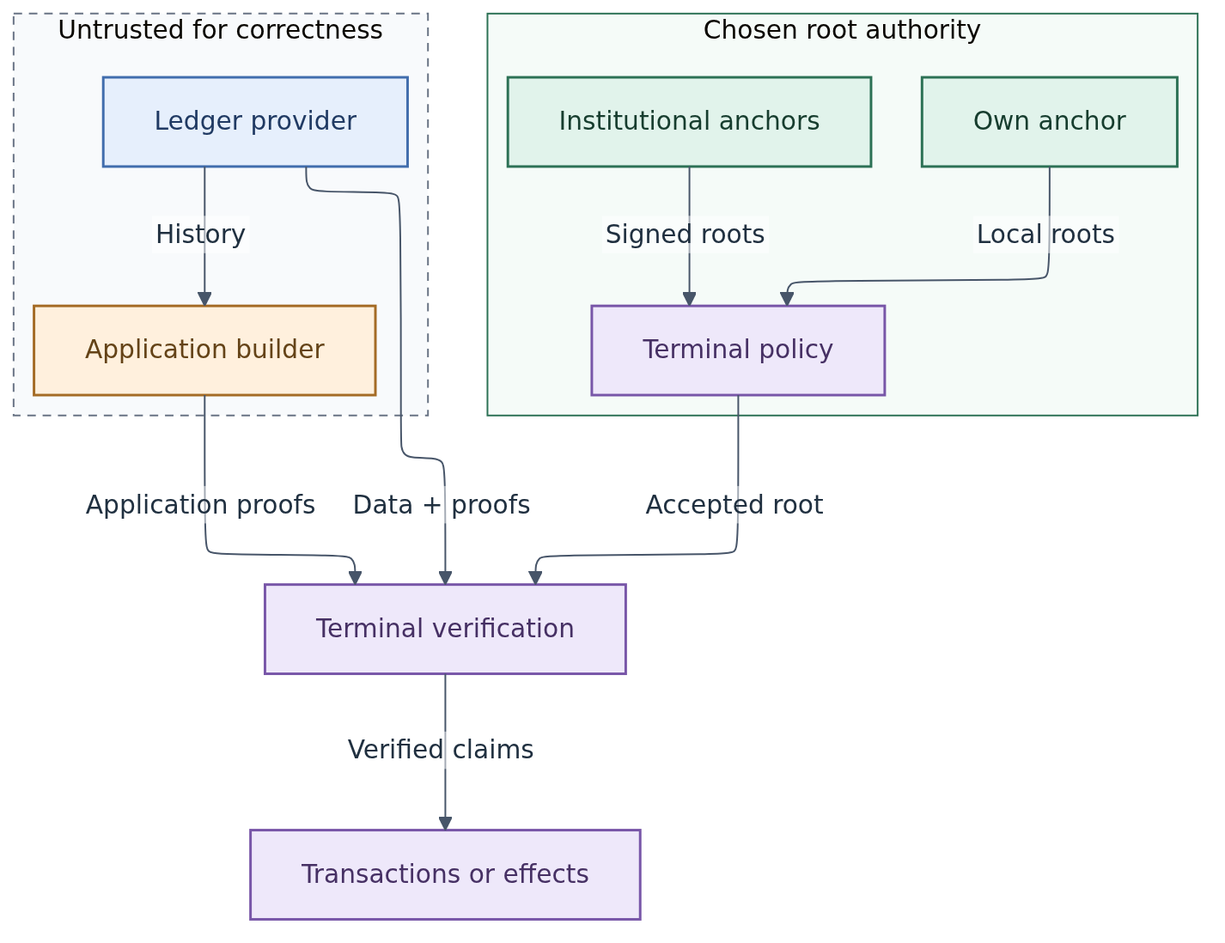
The Mermaid diagram docs/diagrams/overview.png in lambdasistemi/lockness, before a commit. Its source is kept beside it as docs/diagrams/overview.mmd. The source it was exported from:
```mermaid
---
config:
  layout: elk
  theme: base
  themeVariables:
    fontFamily: "Helvetica, Arial, sans-serif"
    fontSize: "15px"
    primaryTextColor: "#203040"
    lineColor: "#475569"
    edgeLabelBackground: "#ffffff"
  flowchart:
    htmlLabels: false
    nodeSpacing: 25
    rankSpacing: 45
  elk:
    nodePlacementStrategy: BRANDES_KOEPF
    mergeEdges: false
---
flowchart TB
    subgraph Trust[Chosen root authority]
      O[Own anchor]:::anchor -->|Local roots| T[Terminal policy]:::terminal
      I[Institutional anchors]:::anchor -->|Signed roots| T
    end
    subgraph Services[Untrusted for correctness]
      L[Ledger provider]:::ledger -->|History| P[Application builder]:::app
    end
    T -->|Accepted root| V[Terminal verification]:::terminal
    L -->|Data + proofs| V
    P -->|Application proofs| V
    V -->|Verified claims| E[Transactions or effects]:::terminal
    style Trust fill:#f5fbf8,stroke:#2c7155
    style Services fill:#f8fafc,stroke:#687384,stroke-dasharray:5 4
    classDef anchor fill:#e1f3eb,stroke:#2c7155,stroke-width:1.5px,color:#163d2e
    classDef ledger fill:#e6effc,stroke:#416dad,stroke-width:1.5px,color:#203a63
    classDef app fill:#fff0dd,stroke:#a46b25,stroke-width:1.5px,color:#644317
    classDef terminal fill:#eee8fa,stroke:#7856a8,stroke-width:1.5px,color:#463064
    classDef neutral fill:#f3f4f6,stroke:#687384,stroke-width:1.5px,color:#293342
```
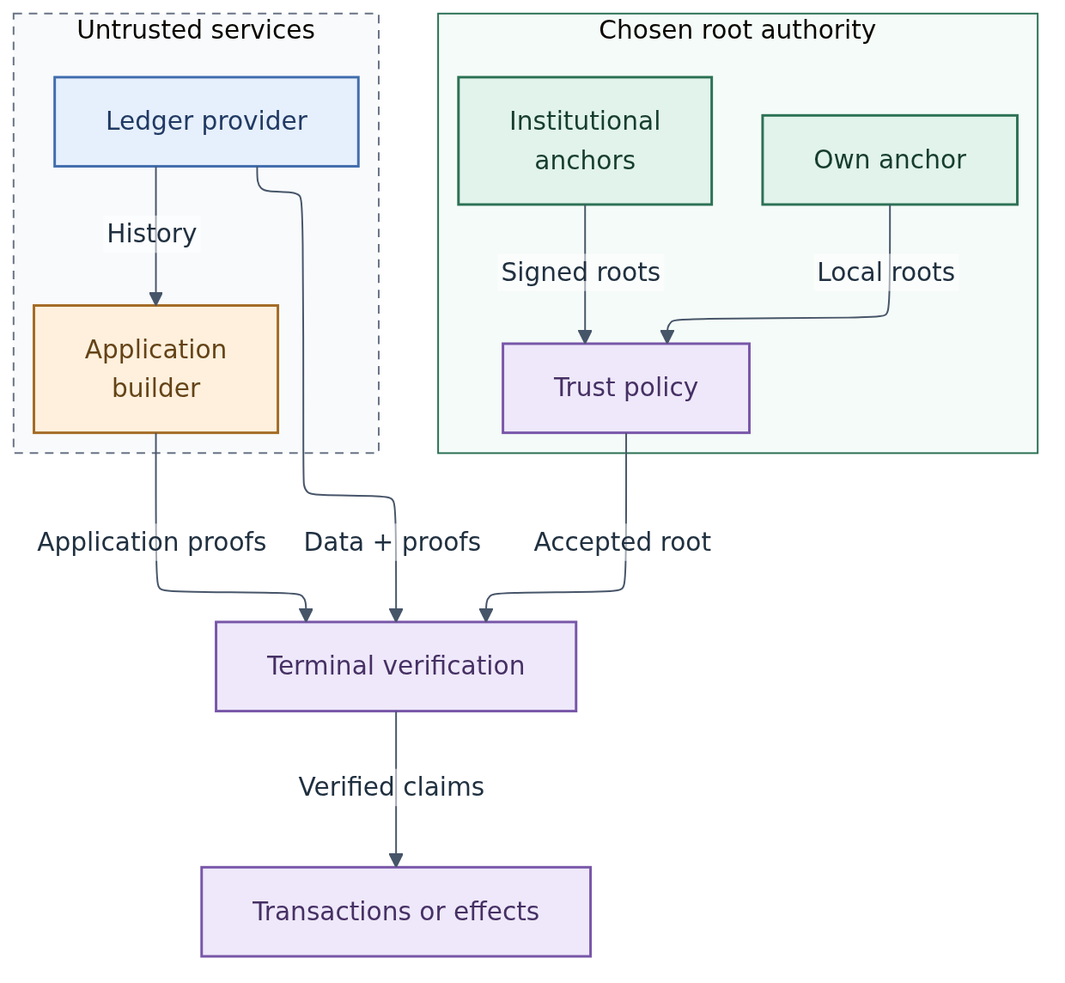
Later version of the same file.

Diff of the diagram source:
```diff
@@ -18,11 +18,11 @@
 ---
 flowchart TB
     subgraph Trust[Chosen root authority]
-      O[Own anchor]:::anchor -->|Local roots| T[Terminal policy]:::terminal
-      I[Institutional anchors]:::anchor -->|Signed roots| T
+      O[Own anchor]:::anchor -->|Local roots| T[Trust policy]:::terminal
+      I[Institutional<br/>anchors]:::anchor -->|Signed roots| T
     end
-    subgraph Services[Untrusted for correctness]
-      L[Ledger provider]:::ledger -->|History| P[Application builder]:::app
+    subgraph Services[Untrusted services]
+      L[Ledger provider]:::ledger -->|History| P[Application<br/>builder]:::app
     end
     T -->|Accepted root| V[Terminal verification]:::terminal
     L -->|Data + proofs| V
```
